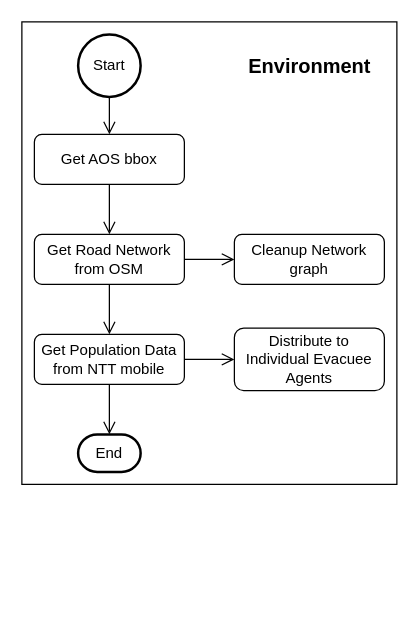
erick2307/tsuevac keeps this draw.io diagram as page "Environment" (4 of 5) of new_model/man/EvacuationFlow.drawio. Above is the earlier version. Source tidied: cells renumbered, new cells numbered last; positions are measured from the earlier drawing's top-left corner, leaving out a move shared by most shapes. Both pictures are drawn from the tidied source at 125%, with x=0, y=0 at pixel (21, 21).
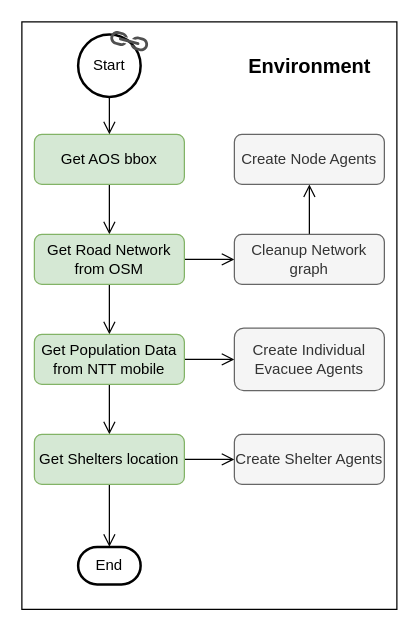
The same diagram, later.

Diff of the diagram source:
```diff
@@
     <mxCell id="2" style="rounded=0;whiteSpace=wrap;html=1;shadow=0;glass=0;strokeWidth=1;fillColor=default;" parent="1" vertex="1">
-      <mxGeometry width="300" height="370" as="geometry" />
+      <mxGeometry width="300" height="470" as="geometry" />
     </mxCell>
@@
-    <mxCell id="4" value="Get AOS bbox" style="rounded=1;whiteSpace=wrap;html=1;fontSize=12;glass=0;strokeWidth=1;shadow=0;fillColor=default;" parent="1" vertex="1">
+    <mxCell id="4" value="Get AOS bbox" style="rounded=1;whiteSpace=wrap;html=1;fontSize=12;glass=0;strokeWidth=1;shadow=0;fillColor=#d5e8d4;strokeColor=#82b366;" parent="1" vertex="1">
       <mxGeometry x="10" y="90" width="120" height="40" as="geometry" />
     </mxCell>
     <mxCell id="5" value="End" style="strokeWidth=2;html=1;shape=mxgraph.flowchart.terminator;whiteSpace=wrap;rounded=1;shadow=0;glass=0;fillColor=default;" parent="1" vertex="1">
-      <mxGeometry x="45" y="330" width="50" height="30" as="geometry" />
+      <mxGeometry x="45" y="420" width="50" height="30" as="geometry" />
     </mxCell>
@@
-    <mxCell id="11" value="Get Road Network from OSM" style="rounded=1;whiteSpace=wrap;html=1;fontSize=12;glass=0;strokeWidth=1;shadow=0;fillColor=default;" parent="1" vertex="1">
+    <mxCell id="11" value="Get Road Network from OSM" style="rounded=1;whiteSpace=wrap;html=1;fontSize=12;glass=0;strokeWidth=1;shadow=0;fillColor=#d5e8d4;strokeColor=#82b366;" parent="1" vertex="1">
       <mxGeometry x="10" y="170" width="120" height="40" as="geometry" />
     </mxCell>
@@
-    <mxCell id="13" style="edgeStyle=orthogonalEdgeStyle;rounded=0;jettySize=auto;html=1;startArrow=none;startFill=0;endArrow=open;endFill=0;endSize=8;" parent="1" edge="1" source="14" target="5">
-      <mxGeometry relative="1" as="geometry" />
-    </mxCell>
+    <mxCell id="17" style="edgeStyle=orthogonalEdgeStyle;rounded=0;jettySize=auto;html=1;endArrow=open;endFill=0;endSize=8;" parent="1" edge="1" source="14" target="21">
+      <mxGeometry relative="1" as="geometry" />
+    </mxCell>
-    <mxCell id="14" value="Get Population Data from NTT mobile" style="rounded=1;whiteSpace=wrap;html=1;fontSize=12;glass=0;strokeWidth=1;shadow=0;fillColor=default;" parent="1" vertex="1">
+    <mxCell id="14" value="Get Population Data from NTT mobile" style="rounded=1;whiteSpace=wrap;html=1;fontSize=12;glass=0;strokeWidth=1;shadow=0;fillColor=#d5e8d4;strokeColor=#82b366;" parent="1" vertex="1">
       <mxGeometry x="10" y="250" width="120" height="40" as="geometry" />
     </mxCell>
+    <mxCell id="18" style="edgeStyle=orthogonalEdgeStyle;rounded=0;jettySize=auto;html=1;endArrow=open;endFill=0;endSize=8;" parent="1" edge="1" source="15" target="23">
+      <mxGeometry relative="1" as="geometry" />
+    </mxCell>
-    <mxCell id="15" value="Cleanup Network graph" style="rounded=1;whiteSpace=wrap;html=1;fontSize=12;glass=0;strokeWidth=1;shadow=0;fillColor=default;" parent="1" vertex="1">
+    <mxCell id="15" value="Cleanup Network graph" style="rounded=1;whiteSpace=wrap;html=1;fontSize=12;glass=0;strokeWidth=1;shadow=0;fillColor=#f5f5f5;fontColor=#333333;strokeColor=#666666;" parent="1" vertex="1">
       <mxGeometry x="170" y="170" width="120" height="40" as="geometry" />
     </mxCell>
-    <mxCell id="16" value="Distribute to Individual Evacuee Agents" style="rounded=1;whiteSpace=wrap;html=1;fontSize=12;glass=0;strokeWidth=1;shadow=0;fillColor=default;" parent="1" vertex="1">
+    <mxCell id="16" value="Create Individual Evacuee Agents" style="rounded=1;whiteSpace=wrap;html=1;fontSize=12;glass=0;strokeWidth=1;shadow=0;fillColor=#f5f5f5;fontColor=#333333;strokeColor=#666666;" parent="1" vertex="1">
       <mxGeometry x="170" y="245" width="120" height="50" as="geometry" />
     </mxCell>
+    <mxCell id="19" style="edgeStyle=orthogonalEdgeStyle;rounded=0;jettySize=auto;html=1;endArrow=open;endFill=0;endSize=8;" parent="1" edge="1" source="21" target="5">
+      <mxGeometry relative="1" as="geometry" />
+    </mxCell>
+    <mxCell id="20" style="edgeStyle=orthogonalEdgeStyle;rounded=0;jettySize=auto;html=1;endArrow=open;endFill=0;endSize=8;" parent="1" edge="1" source="21" target="22">
+      <mxGeometry relative="1" as="geometry" />
+    </mxCell>
+    <mxCell id="21" value="Get Shelters location" style="rounded=1;whiteSpace=wrap;html=1;fontSize=12;glass=0;strokeWidth=1;shadow=0;fillColor=#d5e8d4;strokeColor=#82b366;" parent="1" vertex="1">
+      <mxGeometry x="10" y="330" width="120" height="40" as="geometry" />
+    </mxCell>
+    <mxCell id="22" value="Create Shelter Agents" style="rounded=1;whiteSpace=wrap;html=1;fontSize=12;glass=0;strokeWidth=1;shadow=0;fillColor=#f5f5f5;fontColor=#333333;strokeColor=#666666;" parent="1" vertex="1">
+      <mxGeometry x="170" y="330" width="120" height="40" as="geometry" />
+    </mxCell>
+    <mxCell id="23" value="Create Node Agents" style="rounded=1;whiteSpace=wrap;html=1;fontSize=12;glass=0;strokeWidth=1;shadow=0;fillColor=#f5f5f5;fontColor=#333333;strokeColor=#666666;" parent="1" vertex="1">
+      <mxGeometry x="170" y="90" width="120" height="40" as="geometry" />
+    </mxCell>
+    <mxCell id="24" style="sketch=0;shadow=0;dashed=0;html=1;strokeColor=none;fillColor=#505050;labelPosition=center;verticalLabelPosition=bottom;verticalAlign=top;align=center;shape=mxgraph.office.concepts.link;rotation=15;" parent="1" vertex="1">
+      <mxGeometry x="70" y="10" width="31.9" height="11" as="geometry" />
+    </mxCell>
```
